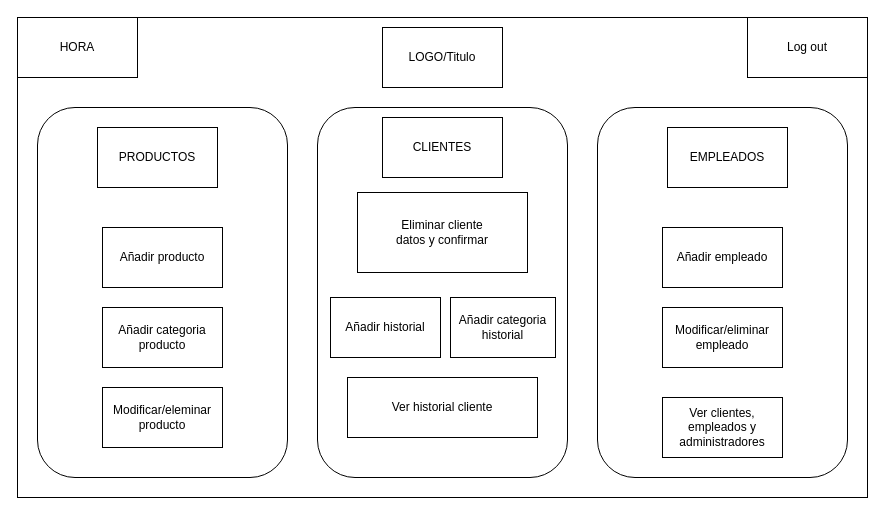
Above: page "StaffMenu" (4 of 5) of docs/UI_UX.drawio in Universidad-Europea/PharmSquare (draw.io), before the change. Source tidied: cells renumbered, new cells numbered last; positions are measured from the earlier drawing's top-left corner, leaving out a move shared by most shapes. Both pictures are drawn from the tidied source at 100%, with x=0, y=0 at pixel (17, 17).
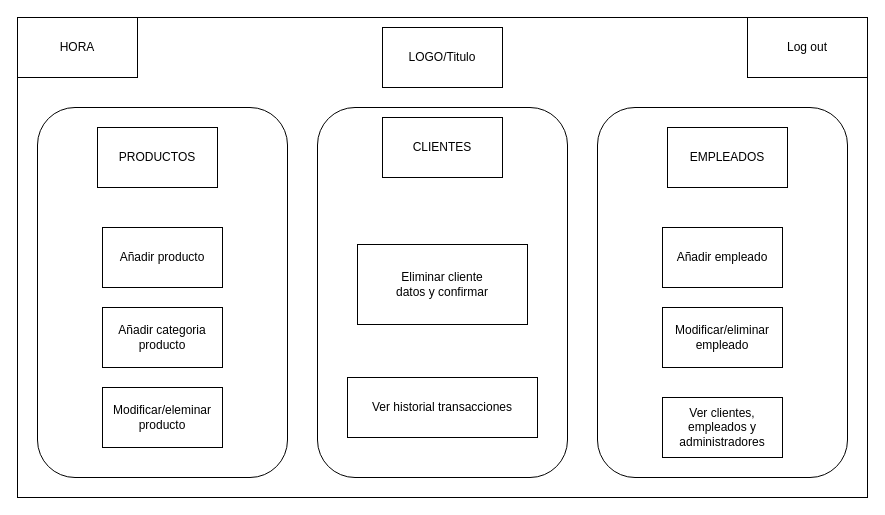
After the change.

Commit message (it also covers changes not shown here):
historial de transacciones, no de historial médico

The edit, as a diff of the source:
```diff
@@
     <mxCell id="7" value="Eliminar cliente&lt;br&gt;datos y confirmar" style="rounded=0;whiteSpace=wrap;html=1;fillColor=none;" parent="1" vertex="1">
-      <mxGeometry x="340" y="175" width="170" height="80" as="geometry" />
+      <mxGeometry x="340" y="227" width="170" height="80" as="geometry" />
     </mxCell>
@@
-    <mxCell id="12" value="Añadir categoria&lt;br&gt;historial" style="rounded=0;whiteSpace=wrap;html=1;fillColor=none;" parent="1" vertex="1">
-      <mxGeometry x="433" y="280" width="105" height="60" as="geometry" />
-    </mxCell>
-    <mxCell id="13" value="Añadir&amp;nbsp;historial" style="rounded=0;whiteSpace=wrap;html=1;fillColor=none;" parent="1" vertex="1">
-      <mxGeometry x="313" y="280" width="110" height="60" as="geometry" />
-    </mxCell>
@@
-    <mxCell id="15" value="Ver historial cliente" style="rounded=0;whiteSpace=wrap;html=1;fillColor=none;" parent="1" vertex="1">
+    <mxCell id="15" value="Ver historial transacciones" style="rounded=0;whiteSpace=wrap;html=1;fillColor=none;" parent="1" vertex="1">
       <mxGeometry x="330" y="360" width="190" height="60" as="geometry" />
     </mxCell>
```
